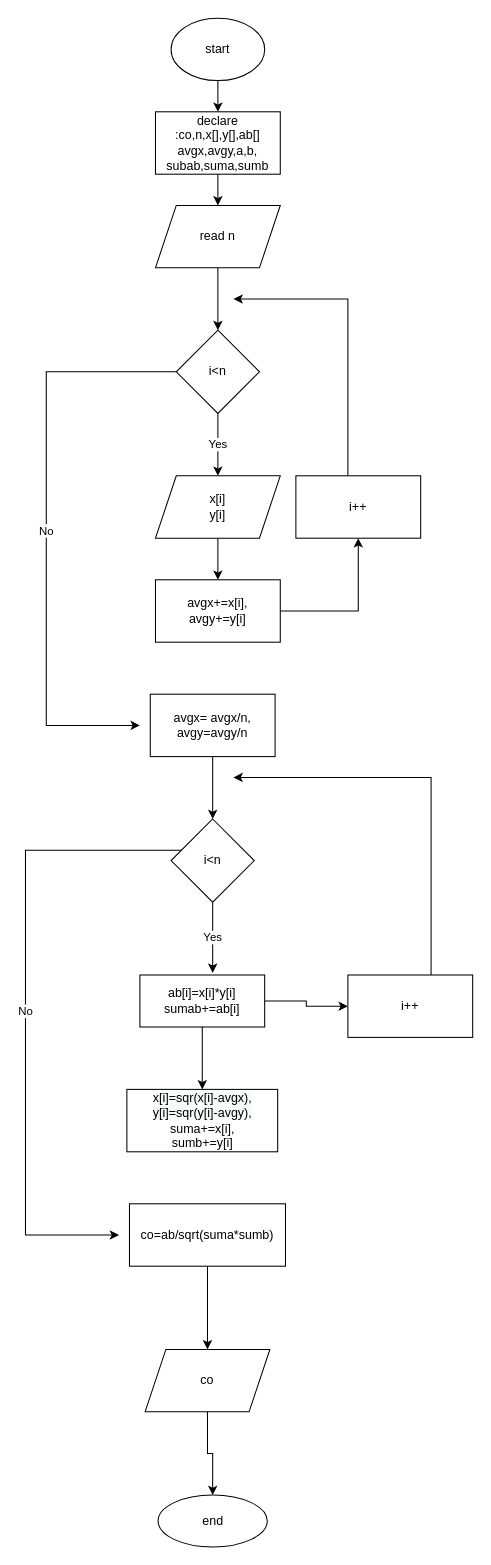
Above: CorrleationDiagram.drawio in Yaseen-Nasr/Algorithms_Analysis_and_Design (draw.io), before the change. Source tidied: cells renumbered, new cells numbered last; positions are measured from the earlier drawing's top-left corner, leaving out a move shared by most shapes. Both pictures are drawn from the tidied source at 104%, with x=0, y=0 at pixel (25, 18).
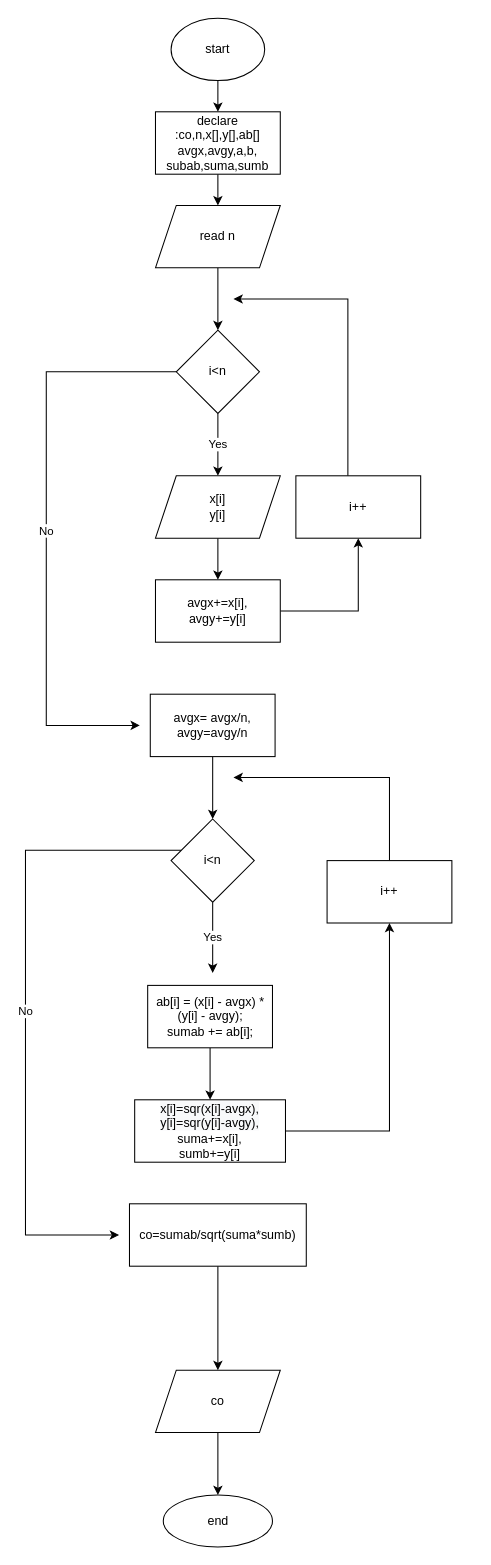
After the change.

Change to the diagram source:
```diff
@@
-    <mxCell id="22" style="edgeStyle=orthogonalEdgeStyle;rounded=0;jettySize=auto;html=1;" parent="1" edge="1" source="24" target="26">
-      <mxGeometry relative="1" as="geometry" />
-    </mxCell>
-    <mxCell id="23" style="edgeStyle=orthogonalEdgeStyle;rounded=0;jettySize=auto;html=1;" parent="1" edge="1" source="24" target="27">
-      <mxGeometry relative="1" as="geometry" />
-    </mxCell>
-    <mxCell id="24" value="ab[i]=x[i]*y[i]&lt;br&gt;sumab+=ab[i]" style="rounded=0;whiteSpace=wrap;html=1;" parent="1" vertex="1">
-      <mxGeometry x="110" y="920" width="120" height="50" as="geometry" />
-    </mxCell>
     <mxCell id="25" style="edgeStyle=orthogonalEdgeStyle;rounded=0;jettySize=auto;html=1;" parent="1" edge="1" source="26">
       <mxGeometry relative="1" as="geometry">
         <mxPoint x="200" y="730" as="targetPoint" />
         <Array as="points">
-          <mxPoint x="390" y="730" />
+          <mxPoint x="350" y="730" />
         </Array>
       </mxGeometry>
     </mxCell>
     <mxCell id="26" value="i++" style="rounded=0;whiteSpace=wrap;html=1;" parent="1" vertex="1">
-      <mxGeometry x="310" y="920" width="120" height="60" as="geometry" />
+      <mxGeometry x="290" y="810" width="120" height="60" as="geometry" />
     </mxCell>
+    <mxCell id="33" style="edgeStyle=orthogonalEdgeStyle;rounded=0;jettySize=auto;html=1;" parent="1" edge="1" source="27" target="26">
+      <mxGeometry relative="1" as="geometry" />
+    </mxCell>
     <mxCell id="27" value="&lt;span style=&quot;color: rgb(0, 0, 0); font-family: Helvetica; font-size: 12px; font-style: normal; font-variant-ligatures: normal; font-variant-caps: normal; font-weight: 400; letter-spacing: normal; orphans: 2; text-align: center; text-indent: 0px; text-transform: none; widows: 2; word-spacing: 0px; -webkit-text-stroke-width: 0px; background-color: rgb(248, 249, 250); text-decoration-thickness: initial; text-decoration-style: initial; text-decoration-color: initial; float: none; display: inline !important;&quot;&gt;x[i]=sqr(x[i]-avgx),&lt;/span&gt;&lt;br style=&quot;color: rgb(0, 0, 0); font-family: Helvetica; font-size: 12px; font-style: normal; font-variant-ligatures: normal; font-variant-caps: normal; font-weight: 400; letter-spacing: normal; orphans: 2; text-align: center; text-indent: 0px; text-transform: none; widows: 2; word-spacing: 0px; -webkit-text-stroke-width: 0px; background-color: rgb(248, 249, 250); text-decoration-thickness: initial; text-decoration-style: initial; text-decoration-color: initial;&quot;&gt;&lt;span style=&quot;color: rgb(0, 0, 0); font-family: Helvetica; font-size: 12px; font-style: normal; font-variant-ligatures: normal; font-variant-caps: normal; font-weight: 400; letter-spacing: normal; orphans: 2; text-align: center; text-indent: 0px; text-transform: none; widows: 2; word-spacing: 0px; -webkit-text-stroke-width: 0px; background-color: rgb(248, 249, 250); text-decoration-thickness: initial; text-decoration-style: initial; text-decoration-color: initial; float: none; display: inline !important;&quot;&gt;y[i]=sqr(y[i]-avgy),&lt;br&gt;&lt;/span&gt;suma+=x[i],&lt;br&gt;sumb+=y[i]" style="whiteSpace=wrap;html=1;rounded=0;" parent="1" vertex="1">
-      <mxGeometry x="97.5" y="1030" width="145" height="60" as="geometry" />
+      <mxGeometry x="105" y="1040" width="145" height="60" as="geometry" />
     </mxCell>
@@
-    <mxCell id="29" value="co=ab/sqrt(suma*sumb)" style="rounded=0;whiteSpace=wrap;html=1;" parent="1" vertex="1">
-      <mxGeometry x="100" y="1140" width="150" height="60" as="geometry" />
+    <mxCell id="29" value="co=sumab/sqrt(suma*sumb)" style="rounded=0;whiteSpace=wrap;html=1;" parent="1" vertex="1">
+      <mxGeometry x="100" y="1140" width="170" height="60" as="geometry" />
     </mxCell>
@@
     <mxCell id="31" value="co" style="shape=parallelogram;perimeter=parallelogramPerimeter;whiteSpace=wrap;html=1;fixedSize=1;rounded=0;" parent="1" vertex="1">
-      <mxGeometry x="115" y="1280" width="120" height="60" as="geometry" />
+      <mxGeometry x="125" y="1300" width="120" height="60" as="geometry" />
     </mxCell>
     <mxCell id="32" value="end" style="ellipse;whiteSpace=wrap;html=1;rounded=0;" parent="1" vertex="1">
-      <mxGeometry x="127.5" y="1420" width="105" height="50" as="geometry" />
+      <mxGeometry x="132.5" y="1420" width="105" height="50" as="geometry" />
     </mxCell>
+    <mxCell id="34" style="edgeStyle=orthogonalEdgeStyle;rounded=0;jettySize=auto;html=1;" parent="1" edge="1" source="35" target="27">
+      <mxGeometry relative="1" as="geometry" />
+    </mxCell>
+    <mxCell id="35" value="ab[i] = (x[i] - avgx) * (y[i] - avgy);&lt;br&gt;sumab += ab[i];" style="whiteSpace=wrap;html=1;rounded=0;" parent="1" vertex="1">
+      <mxGeometry x="117.5" y="930" width="120" height="60" as="geometry" />
+    </mxCell>
```
